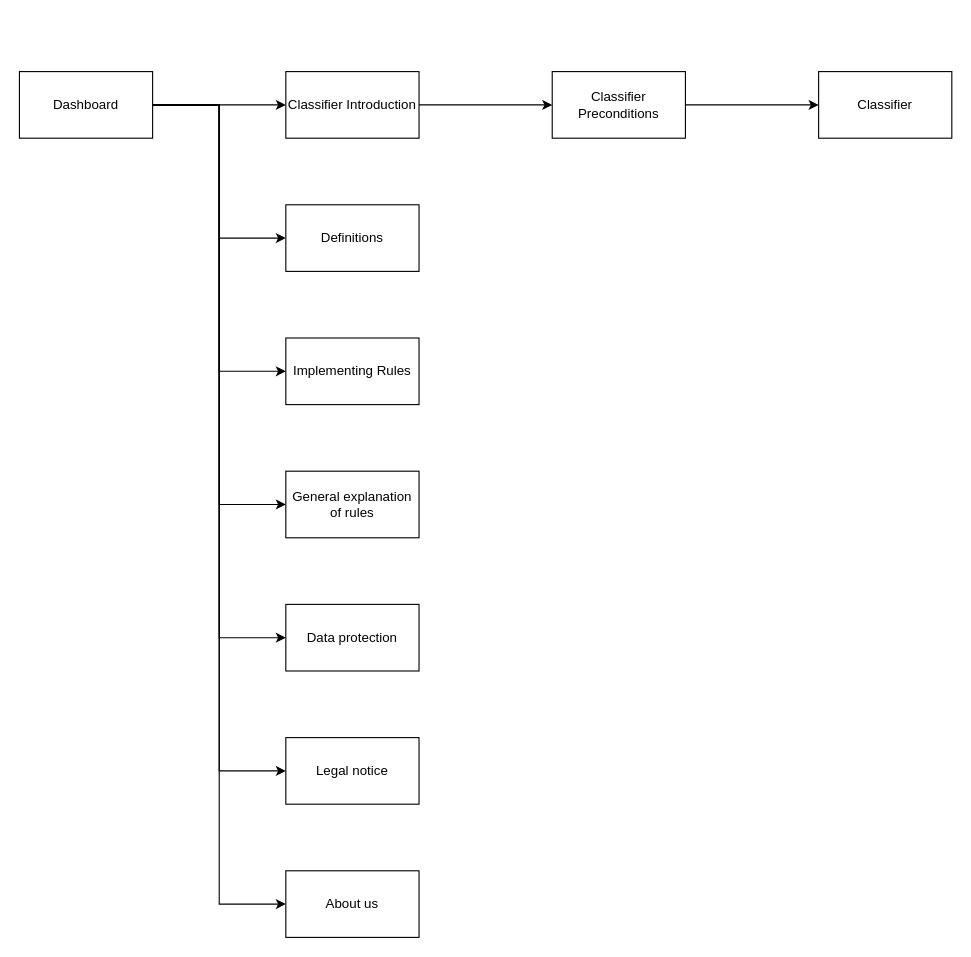
Before: resources/visual_design/a_view_flow_chart.drawio in Strasbourg-Flutter-Meetup/medical-device-classifier, a draw.io diagram. Source tidied: cells renumbered, new cells numbered last; positions are measured from the earlier drawing's top-left corner, leaving out a move shared by most shapes. Both pictures are drawn from the tidied source at 111%, with x=0, y=0 at pixel (19, 71).
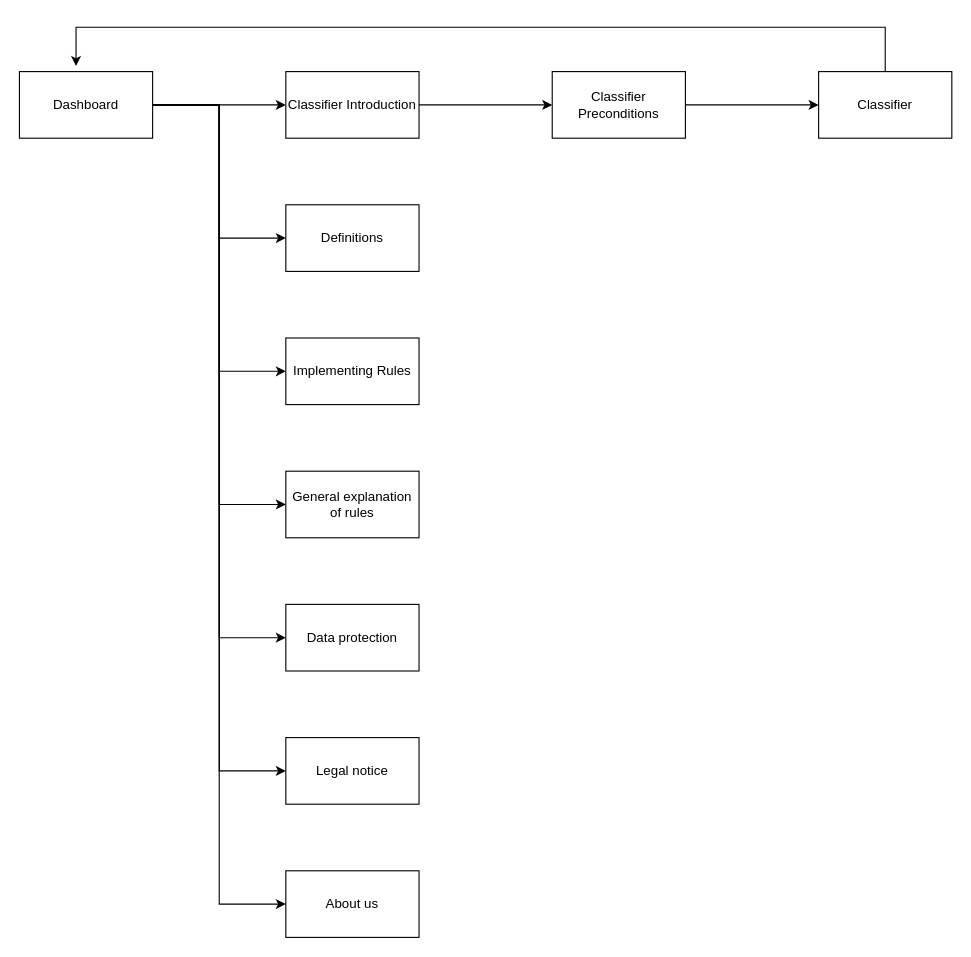
After the change.

Commit message:
doc: Update of the view flow

The change refers to these unchanged cells:
```xml
<mxCell id="9" value="Dashboard" style="rounded=0;whiteSpace=wrap;html=1;" parent="1" vertex="1">
  <mxGeometry width="120" height="60" as="geometry" />
</mxCell>
<mxCell id="20" value="Classifier" style="rounded=0;whiteSpace=wrap;html=1;" parent="1" vertex="1">
  <mxGeometry x="720" width="120" height="60" as="geometry" />
</mxCell>
```

Change to the diagram source:
```diff
@@
+    <mxCell id="21" style="edgeStyle=orthogonalEdgeStyle;rounded=0;jettySize=auto;html=1;entryX=0.425;entryY=-0.083;entryDx=0;entryDy=0;entryPerimeter=0;" parent="1" edge="1" source="20" target="9">
+      <mxGeometry relative="1" as="geometry">
+        <Array as="points">
+          <mxPoint x="780" y="-40" />
+          <mxPoint x="51" y="-40" />
+        </Array>
+      </mxGeometry>
+    </mxCell>
```
